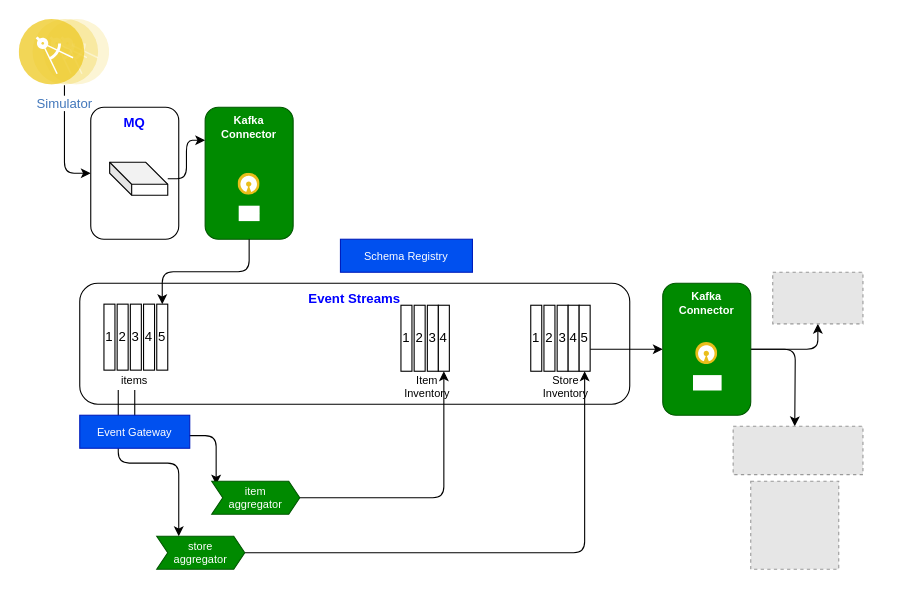
ibm-cloud-architecture/eda-rt-inventory-gitops keeps this draw.io diagram as docs/diagrams/mq-es-demo.drawio. Above is the earlier version. Source tidied: cells renumbered, new cells numbered last; positions are measured from the earlier drawing's top-left corner, leaving out a move shared by most shapes. Both pictures are drawn from the tidied source at 110%, with x=0, y=0 at pixel (19, 19). Pictures stored in the file or linked from it are replaced by grey dashed boxes.
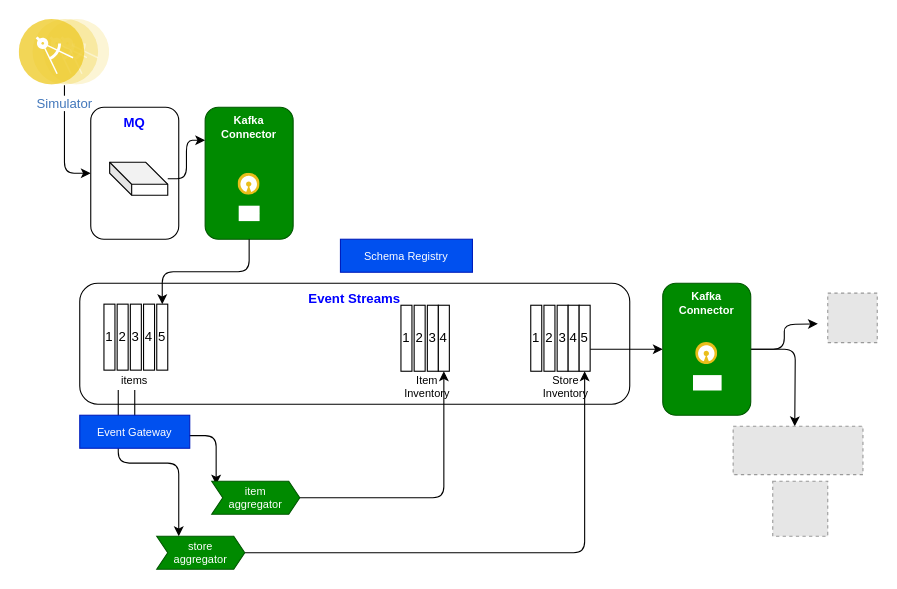
The same diagram, later.

The change refers to these unchanged cells:
```xml
<mxCell id="38" value="Kafka Connector" style="rounded=1;whiteSpace=wrap;html=1;fontColor=#ffffff;fontStyle=1;verticalAlign=top;strokeColor=#005700;fillColor=#008a00;fontSize=10;" parent="1" vertex="1">
  <mxGeometry x="585" y="240" width="80" height="120" as="geometry" />
</mxCell>
```

What changed in the source:
```diff
@@
-    <mxCell id="37" style="edgeStyle=orthogonalEdgeStyle;html=1;entryX=0.5;entryY=1;entryDx=0;entryDy=0;" parent="1" edge="1" source="38" target="44">
-      <mxGeometry relative="1" as="geometry" />
+    <mxCell id="37" style="edgeStyle=orthogonalEdgeStyle;html=1;entryX=0.5;entryY=1;entryDx=0;entryDy=0;" parent="1" edge="1" source="38">
+      <mxGeometry relative="1" as="geometry">
+        <mxPoint x="726" y="276.9" as="targetPoint" />
+      </mxGeometry>
     </mxCell>
@@
-    <mxCell id="43" style="fillColor=#E6E6E6;strokeColor=#999999;dashed=1;verticalLabelPosition=bottom;labelBackgroundColor=#ffffff;verticalAlign=top;" parent="1" vertex="1">
-      <mxGeometry x="665" y="420" width="80" height="80" as="geometry" />
-    </mxCell>
-    <mxCell id="44" style="fillColor=#E6E6E6;strokeColor=#999999;dashed=1;verticalLabelPosition=bottom;labelBackgroundColor=#ffffff;verticalAlign=top;" parent="1" vertex="1">
-      <mxGeometry x="685" y="230" width="82" height="46.9" as="geometry" />
-    </mxCell>
+    <mxCell id="45" style="fillColor=#E6E6E6;strokeColor=#999999;dashed=1;verticalLabelPosition=bottom;labelBackgroundColor=#ffffff;verticalAlign=top;" parent="1" vertex="1">
+      <mxGeometry x="735" y="249" width="45" height="45" as="geometry" />
+    </mxCell>
+    <mxCell id="46" style="fillColor=#E6E6E6;strokeColor=#999999;dashed=1;verticalLabelPosition=bottom;labelBackgroundColor=#ffffff;verticalAlign=top;" parent="1" vertex="1">
+      <mxGeometry x="685" y="420" width="50" height="50" as="geometry" />
+    </mxCell>
```
